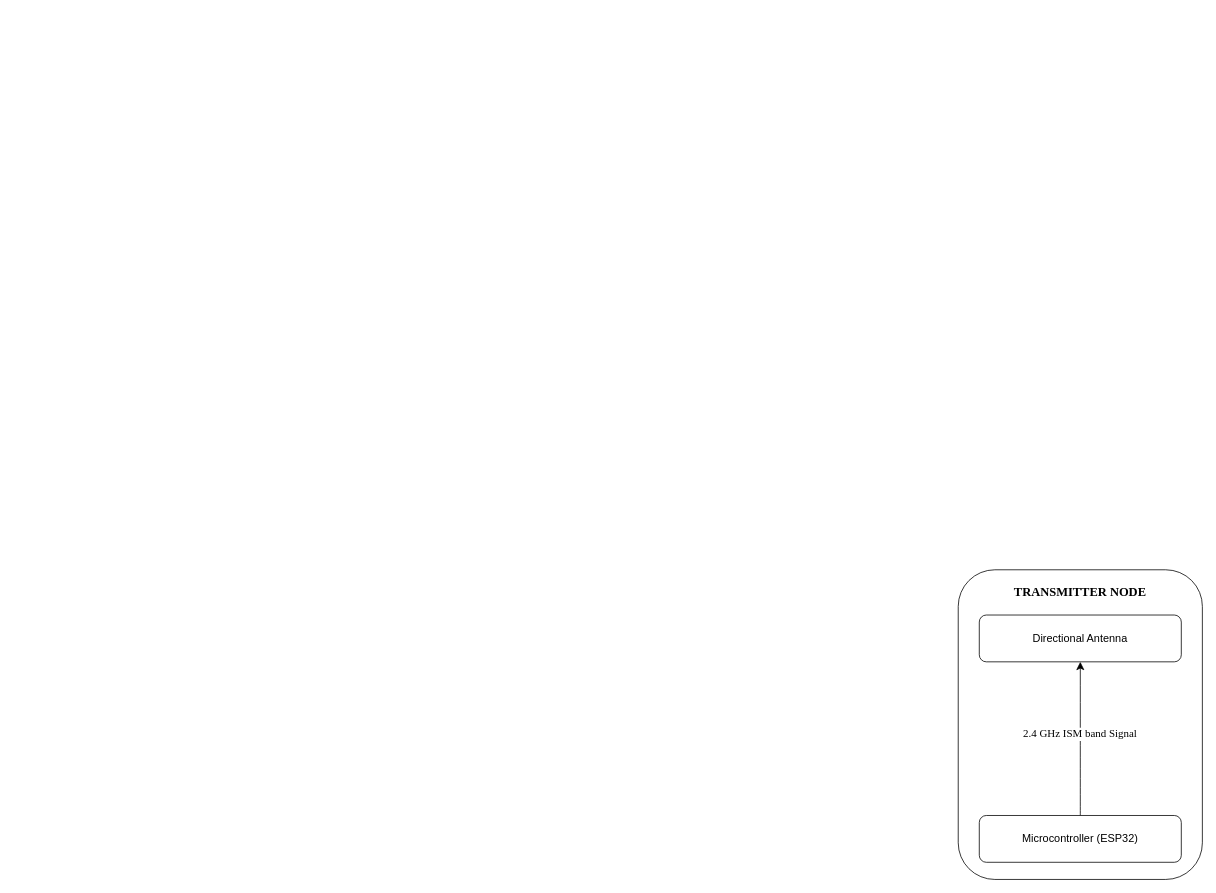
Above: page "Page-2" (2 of 3) of Reports/system-block-diagram.drawio in bibekjoshi01/minor-project (draw.io), before the change. Source tidied: cells renumbered, new cells numbered last; positions are measured from the earlier drawing's top-left corner, leaving out a move shared by most shapes. Both pictures are drawn from the tidied source at 78%, with x=0, y=0 at pixel (958, 569).
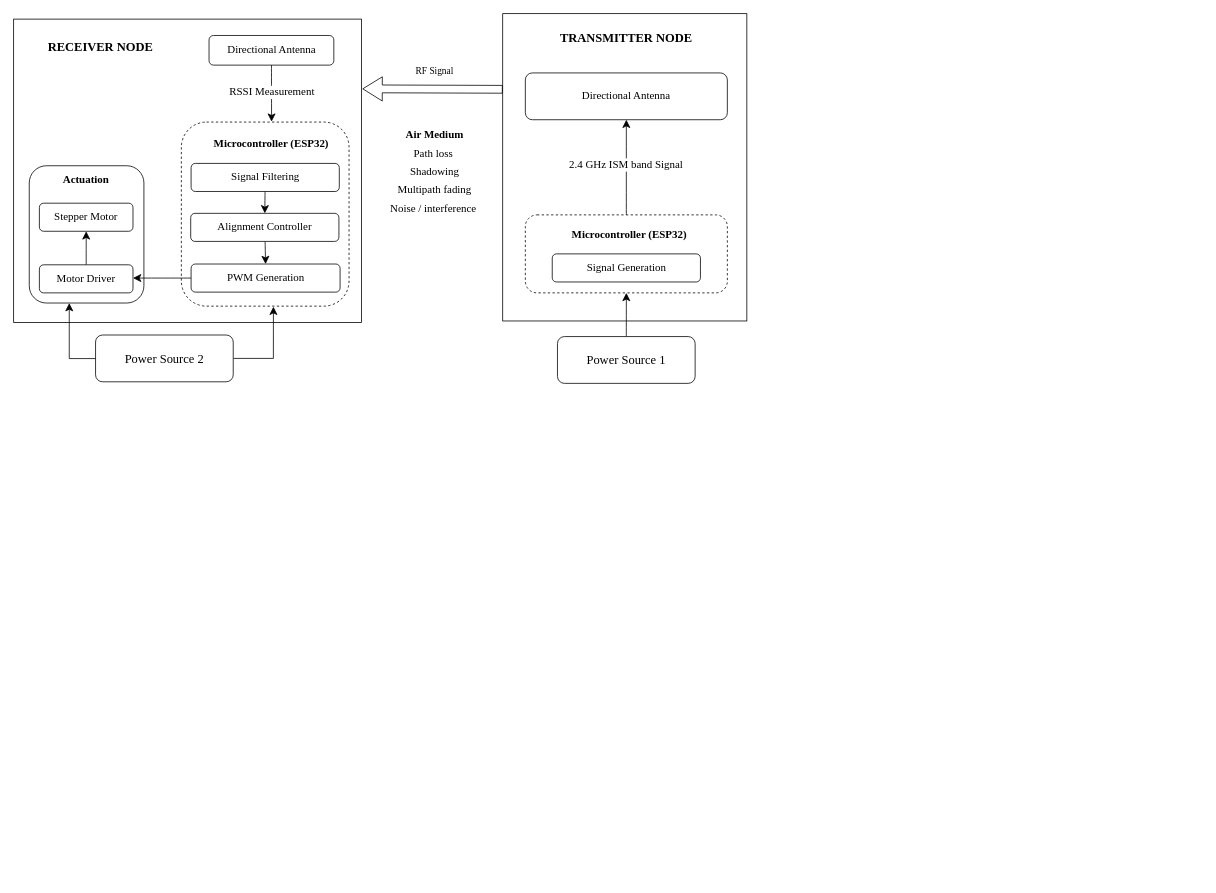
The same diagram, later.

The edit, as a diff of the source:
```diff
@@
+    <mxCell id="8" style="rounded=0;whiteSpace=wrap;html=1;strokeWidth=1;perimeterSpacing=8;" parent="1" vertex="1">
+      <mxGeometry x="-1211" y="-706" width="446" height="389" as="geometry" />
+    </mxCell>
-    <mxCell id="2" style="rounded=1;whiteSpace=wrap;html=1;" parent="1" vertex="1">
-      <mxGeometry width="313" height="397" as="geometry" />
+    <mxCell id="2" style="rounded=0;whiteSpace=wrap;html=1;" parent="1" vertex="1">
+      <mxGeometry x="-584" y="-713" width="313" height="394" as="geometry" />
     </mxCell>
     <mxCell id="3" value="&lt;div style=&quot;text-align: justify;&quot;&gt;&lt;b style=&quot;font-size: 16px; font-family: &amp;quot;Times New Roman&amp;quot;; background-color: transparent; color: light-dark(rgb(0, 0, 0), rgb(255, 255, 255));&quot;&gt;TRANSMITTER NODE&lt;/b&gt;&lt;/div&gt;" style="text;html=1;whiteSpace=wrap;strokeColor=none;fillColor=none;align=center;verticalAlign=middle;rounded=0;" parent="1" vertex="1">
-      <mxGeometry x="53" y="13" width="207" height="30" as="geometry" />
+      <mxGeometry x="-529" y="-697" width="207" height="30" as="geometry" />
     </mxCell>
-    <mxCell id="4" value="&lt;font style=&quot;font-size: 14px;&quot;&gt;Directional Antenna&lt;/font&gt;" style="rounded=1;whiteSpace=wrap;html=1;" parent="1" vertex="1">
-      <mxGeometry x="27" y="58" width="259" height="60" as="geometry" />
+    <mxCell id="4" value="&lt;font style=&quot;font-size: 14px;&quot; face=&quot;Times New Roman&quot;&gt;Directional Antenna&lt;/font&gt;" style="rounded=1;whiteSpace=wrap;html=1;" parent="1" vertex="1">
+      <mxGeometry x="-555" y="-637" width="259" height="60" as="geometry" />
     </mxCell>
@@
-    <mxCell id="7" value="&lt;span style=&quot;font-size: 14px;&quot;&gt;Microcontroller (ESP32)&lt;/span&gt;" style="rounded=1;whiteSpace=wrap;html=1;" parent="1" vertex="1">
-      <mxGeometry x="27" y="315" width="259" height="60" as="geometry" />
+    <mxCell id="7" style="rounded=1;whiteSpace=wrap;html=1;dashed=1;" parent="1" vertex="1">
+      <mxGeometry x="-555" y="-455" width="259" height="100" as="geometry" />
     </mxCell>
+    <mxCell id="9" style="edgeStyle=none;curved=1;rounded=0;jettySize=auto;html=1;entryX=0.5;entryY=1;entryDx=0;entryDy=0;fontSize=12;startSize=8;endSize=8;" parent="1" edge="1" source="10" target="7">
+      <mxGeometry relative="1" as="geometry" />
+    </mxCell>
+    <mxCell id="10" value="&lt;font style=&quot;font-size: 16px;&quot; face=&quot;Times New Roman&quot;&gt;Power Source 1&lt;/font&gt;" style="rounded=1;whiteSpace=wrap;html=1;" parent="1" vertex="1">
+      <mxGeometry x="-513.8" y="-299" width="176.5" height="60" as="geometry" />
+    </mxCell>
+    <mxCell id="11" value="&lt;div style=&quot;text-align: justify;&quot;&gt;&lt;b style=&quot;font-size: 16px; font-family: &amp;quot;Times New Roman&amp;quot;; background-color: transparent; color: light-dark(rgb(0, 0, 0), rgb(255, 255, 255));&quot;&gt;RECEIVER NODE&lt;/b&gt;&lt;/div&gt;" style="text;html=1;whiteSpace=wrap;strokeColor=none;fillColor=none;align=center;verticalAlign=middle;rounded=0;" parent="1" vertex="1">
+      <mxGeometry x="-1203" y="-685" width="207" height="30" as="geometry" />
+    </mxCell>
+    <mxCell id="12" value="&lt;font style=&quot;font-size: 14px;&quot; face=&quot;Times New Roman&quot;&gt;Directional Antenna&lt;/font&gt;" style="rounded=1;whiteSpace=wrap;html=1;" parent="1" vertex="1">
+      <mxGeometry x="-960.5" y="-685" width="160" height="38" as="geometry" />
+    </mxCell>
+    <mxCell id="13" style="rounded=1;whiteSpace=wrap;html=1;dashed=1;" parent="1" vertex="1">
+      <mxGeometry x="-996" y="-574" width="215" height="236" as="geometry" />
+    </mxCell>
+    <mxCell id="14" value="&lt;font style=&quot;font-size: 16px;&quot; face=&quot;Times New Roman&quot;&gt;Power Source 2&lt;/font&gt;" style="rounded=1;whiteSpace=wrap;html=1;" parent="1" vertex="1">
+      <mxGeometry x="-1106" y="-301" width="176.5" height="60" as="geometry" />
+    </mxCell>
+    <mxCell id="15" style="rounded=1;whiteSpace=wrap;html=1;" parent="1" vertex="1">
+      <mxGeometry x="-1191" y="-518" width="147" height="176" as="geometry" />
+    </mxCell>
+    <mxCell id="16" value="&lt;span style=&quot;font-size: 14px;&quot;&gt;&lt;b&gt;Actuation&lt;/b&gt;&lt;/span&gt;" style="text;html=1;whiteSpace=wrap;strokeColor=none;fillColor=none;align=center;verticalAlign=middle;rounded=0;fontFamily=Times New Roman;" parent="1" vertex="1">
+      <mxGeometry x="-1156.9" y="-514" width="77.8" height="30" as="geometry" />
+    </mxCell>
+    <mxCell id="17" value="&lt;font face=&quot;Times New Roman&quot; style=&quot;font-size: 14px;&quot;&gt;Stepper Motor&lt;/font&gt;" style="rounded=1;whiteSpace=wrap;html=1;" parent="1" vertex="1">
+      <mxGeometry x="-1178" y="-470" width="120" height="36" as="geometry" />
+    </mxCell>
+    <mxCell id="18" style="edgeStyle=none;curved=1;rounded=0;jettySize=auto;html=1;entryX=0.5;entryY=1;entryDx=0;entryDy=0;fontFamily=Helvetica;fontSize=12;fontColor=default;startSize=8;endSize=8;" parent="1" edge="1" source="19" target="17">
+      <mxGeometry relative="1" as="geometry" />
+    </mxCell>
+    <mxCell id="19" value="&lt;font style=&quot;font-size: 14px;&quot; face=&quot;Times New Roman&quot;&gt;Motor Driver&lt;/font&gt;" style="rounded=1;whiteSpace=wrap;html=1;" parent="1" vertex="1">
+      <mxGeometry x="-1178" y="-391" width="120" height="36" as="geometry" />
+    </mxCell>
+    <mxCell id="20" value="&lt;span style=&quot;font-size: 14px;&quot;&gt;&lt;font face=&quot;Times New Roman&quot;&gt;&lt;b&gt;Microcontroller (ESP32)&lt;/b&gt;&lt;/font&gt;&lt;/span&gt;" style="text;html=1;whiteSpace=wrap;strokeColor=none;fillColor=none;align=center;verticalAlign=middle;rounded=0;" parent="1" vertex="1">
+      <mxGeometry x="-962.8" y="-562" width="164.5" height="30" as="geometry" />
+    </mxCell>
+    <mxCell id="21" style="edgeStyle=none;curved=1;rounded=0;jettySize=auto;html=1;entryX=0.5;entryY=0;entryDx=0;entryDy=0;fontFamily=Helvetica;fontSize=12;fontColor=default;startSize=8;endSize=8;" parent="1" edge="1" source="22" target="24">
+      <mxGeometry relative="1" as="geometry" />
+    </mxCell>
+    <mxCell id="22" value="&lt;font face=&quot;Times New Roman&quot; style=&quot;font-size: 14px;&quot;&gt;Signal Filtering&lt;/font&gt;" style="rounded=1;whiteSpace=wrap;html=1;" parent="1" vertex="1">
+      <mxGeometry x="-983.5" y="-521" width="190" height="36" as="geometry" />
+    </mxCell>
+    <mxCell id="23" style="edgeStyle=none;curved=1;rounded=0;jettySize=auto;html=1;entryX=0.5;entryY=0;entryDx=0;entryDy=0;fontSize=12;startSize=8;endSize=8;" parent="1" edge="1" source="24" target="26">
+      <mxGeometry relative="1" as="geometry" />
+    </mxCell>
+    <mxCell id="24" value="&lt;font face=&quot;Times New Roman&quot; style=&quot;font-size: 14px;&quot;&gt;Alignment Controller&lt;/font&gt;" style="rounded=1;whiteSpace=wrap;html=1;" parent="1" vertex="1">
+      <mxGeometry x="-984" y="-457" width="190" height="36" as="geometry" />
+    </mxCell>
+    <mxCell id="25" style="edgeStyle=none;curved=1;rounded=0;orthogonalLoop=1;jettySize=auto;html=1;entryX=1;entryY=0.5;entryDx=0;entryDy=0;fontSize=12;startSize=8;endSize=8;" parent="1" edge="1">
+      <mxGeometry relative="1" as="geometry">
+        <mxPoint x="-983.5" y="-374" as="sourcePoint" />
+        <mxPoint x="-1058" y="-374" as="targetPoint" />
+      </mxGeometry>
+    </mxCell>
+    <mxCell id="26" value="&lt;font face=&quot;Times New Roman&quot; style=&quot;font-size: 14px;&quot;&gt;PWM Generation&lt;/font&gt;" style="rounded=1;whiteSpace=wrap;html=1;" parent="1" vertex="1">
+      <mxGeometry x="-983.5" y="-392" width="191" height="36" as="geometry" />
+    </mxCell>
+    <mxCell id="27" style="edgeStyle=none;curved=1;rounded=0;jettySize=auto;html=1;entryX=0.538;entryY=-0.002;entryDx=0;entryDy=0;entryPerimeter=0;fontSize=12;startSize=8;endSize=8;" parent="1" edge="1" source="12" target="13">
+      <mxGeometry relative="1" as="geometry" />
+    </mxCell>
+    <mxCell id="28" value="&lt;font face=&quot;Times New Roman&quot; style=&quot;font-size: 14px;&quot;&gt;RSSI Measurement&lt;/font&gt;" style="edgeLabel;html=1;align=center;verticalAlign=middle;fontSize=12;rounded=1;strokeColor=default;fontFamily=Helvetica;fontColor=default;fillColor=default;" parent="27" vertex="1">
+      <mxGeometry x="-0.04" relative="1" as="geometry" />
+    </mxCell>
+    <mxCell id="29" style="shape=flexArrow;endArrow=classic;html=1;rounded=0;fontFamily=Helvetica;fontSize=12;fontColor=default;startSize=8;endSize=8;curved=1;entryX=0.985;entryY=0.164;entryDx=0;entryDy=0;entryPerimeter=0;exitX=0.002;exitY=0.288;exitDx=0;exitDy=0;exitPerimeter=0;" parent="1" edge="1">
+      <mxGeometry relative="1" as="geometry">
+        <mxPoint x="-584" y="-616" as="sourcePoint" />
+        <mxPoint x="-763.9" y="-616.6" as="targetPoint" />
+      </mxGeometry>
+    </mxCell>
+    <mxCell id="30" value="&lt;div style=&quot;line-height: 170%;&quot;&gt;&lt;div style=&quot;background-color: transparent; color: light-dark(rgb(0, 0, 0), rgb(255, 255, 255)); text-align: left; display: inline !important;&quot;&gt;&lt;font face=&quot;Times New Roman&quot; style=&quot;background-color: transparent; color: light-dark(rgb(0, 0, 0), rgb(255, 255, 255)); font-size: 14px; line-height: 170%;&quot;&gt;&lt;b&gt;Air Medium&lt;br&gt;&lt;/b&gt;Path loss&amp;nbsp;&lt;br&gt;&lt;/font&gt;&lt;span style=&quot;background-color: transparent; color: light-dark(rgb(0, 0, 0), rgb(255, 255, 255)); font-size: 14px; font-family: &amp;quot;Times New Roman&amp;quot;; line-height: 170%;&quot;&gt;Shadowing&lt;br&gt;&lt;/span&gt;&lt;/div&gt;&lt;span style=&quot;background-color: transparent; color: light-dark(rgb(0, 0, 0), rgb(255, 255, 255)); font-size: 14px; font-family: &amp;quot;Times New Roman&amp;quot;; line-height: 170%;&quot;&gt;Multipath fading&lt;br&gt;&amp;nbsp;&lt;/span&gt;&lt;span style=&quot;background-color: transparent; color: light-dark(rgb(0, 0, 0), rgb(255, 255, 255)); font-family: &amp;quot;Times New Roman&amp;quot;; font-size: 14px; line-height: 170%;&quot;&gt;Noise / interference&amp;nbsp;&amp;nbsp;&lt;/span&gt;&lt;/div&gt;" style="text;html=1;whiteSpace=wrap;strokeColor=none;fillColor=none;align=center;verticalAlign=middle;rounded=0;fontFamily=Helvetica;fontSize=12;fontColor=default;" parent="1" vertex="1">
+      <mxGeometry x="-743" y="-579" width="144" height="137" as="geometry" />
+    </mxCell>
+    <mxCell id="31" style="edgeStyle=none;curved=1;rounded=0;orthogonalLoop=1;jettySize=auto;html=1;exitX=0.75;exitY=0;exitDx=0;exitDy=0;fontFamily=Helvetica;fontSize=12;fontColor=default;startSize=8;endSize=8;" parent="1" edge="1" source="30" target="30">
+      <mxGeometry relative="1" as="geometry" />
+    </mxCell>
+    <mxCell id="32" style="edgeStyle=segmentEdgeStyle;endArrow=classic;html=1;curved=0;rounded=0;endSize=8;startSize=8;fontFamily=Helvetica;fontSize=12;fontColor=default;entryX=0.549;entryY=1.003;entryDx=0;entryDy=0;entryPerimeter=0;" parent="1" edge="1" target="13">
+      <mxGeometry relative="1" as="geometry">
+        <mxPoint x="-929" y="-271" as="sourcePoint" />
+      </mxGeometry>
+    </mxCell>
+    <mxCell id="33" style="edgeStyle=segmentEdgeStyle;endArrow=classic;html=1;curved=0;rounded=0;endSize=8;startSize=8;fontFamily=Helvetica;fontSize=12;fontColor=default;entryX=0.349;entryY=1;entryDx=0;entryDy=0;entryPerimeter=0;exitX=-0.007;exitY=0.454;exitDx=0;exitDy=0;exitPerimeter=0;" parent="1" edge="1" target="15">
+      <mxGeometry relative="1" as="geometry">
+        <mxPoint x="-1106.2" y="-270.8" as="sourcePoint" />
+      </mxGeometry>
+    </mxCell>
+    <mxCell id="34" value="&lt;font face=&quot;Times New Roman&quot;&gt;RF Signal&lt;/font&gt;" style="text;html=1;whiteSpace=wrap;strokeColor=none;fillColor=none;align=center;verticalAlign=middle;rounded=0;fontFamily=Helvetica;fontSize=12;fontColor=default;" parent="1" vertex="1">
+      <mxGeometry x="-701" y="-654" width="60" height="30" as="geometry" />
+    </mxCell>
+    <mxCell id="35" value="&lt;span style=&quot;font-size: 14px;&quot;&gt;&lt;font face=&quot;Times New Roman&quot;&gt;&lt;b&gt;Microcontroller (ESP32)&lt;/b&gt;&lt;/font&gt;&lt;/span&gt;" style="text;html=1;whiteSpace=wrap;strokeColor=none;fillColor=none;align=center;verticalAlign=middle;rounded=0;" parent="1" vertex="1">
+      <mxGeometry x="-504" y="-445" width="164.5" height="30" as="geometry" />
+    </mxCell>
+    <mxCell id="36" value="&lt;font face=&quot;Times New Roman&quot; style=&quot;font-size: 14px;&quot;&gt;Signal Generation&lt;/font&gt;" style="rounded=1;whiteSpace=wrap;html=1;" parent="1" vertex="1">
+      <mxGeometry x="-520.5" y="-405" width="190" height="36" as="geometry" />
+    </mxCell>
```
